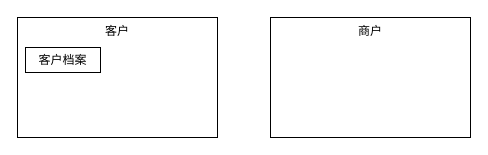
Before: 租赁业务.drawio in lokiworks/drawio, a draw.io diagram. Source tidied: cells renumbered, new cells numbered last; positions are measured from the earlier drawing's top-left corner, leaving out a move shared by most shapes. Both pictures are drawn from the tidied source at 100%, with x=0, y=0 at pixel (17, 17).
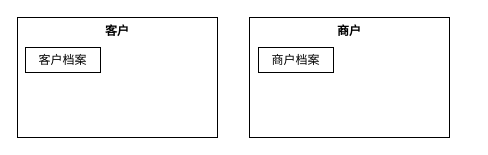
After the change.

Commit message:
更新租赁业务.drawio

Change to the diagram source:
```diff
@@
 <mxGraphModel>
   <root>
     <mxCell id="0" />
     <mxCell id="1" parent="0" />
-    <mxCell id="2" value="客户" style="rounded=0;whiteSpace=wrap;html=1;verticalAlign=top;" parent="1" vertex="1">
+    <mxCell id="2" value="&lt;b&gt;客户&lt;/b&gt;" style="rounded=0;whiteSpace=wrap;html=1;verticalAlign=top;" parent="1" vertex="1">
       <mxGeometry width="200" height="120" as="geometry" />
     </mxCell>
-    <mxCell id="3" value="商户" style="rounded=0;whiteSpace=wrap;html=1;verticalAlign=top;" parent="1" vertex="1">
-      <mxGeometry x="253" width="200" height="120" as="geometry" />
+    <mxCell id="3" value="&lt;b&gt;商户&lt;/b&gt;" style="rounded=0;whiteSpace=wrap;html=1;verticalAlign=top;" parent="1" vertex="1">
+      <mxGeometry x="232" width="200" height="120" as="geometry" />
     </mxCell>
     <mxCell id="4" value="客户档案" style="rounded=0;whiteSpace=wrap;html=1;" parent="1" vertex="1">
       <mxGeometry x="8" y="30" width="75" height="25" as="geometry" />
     </mxCell>
+    <mxCell id="5" value="商户档案" style="rounded=0;whiteSpace=wrap;html=1;" parent="1" vertex="1">
+      <mxGeometry x="241" y="30" width="75" height="25" as="geometry" />
+    </mxCell>
   </root>
 </mxGraphModel>
```
